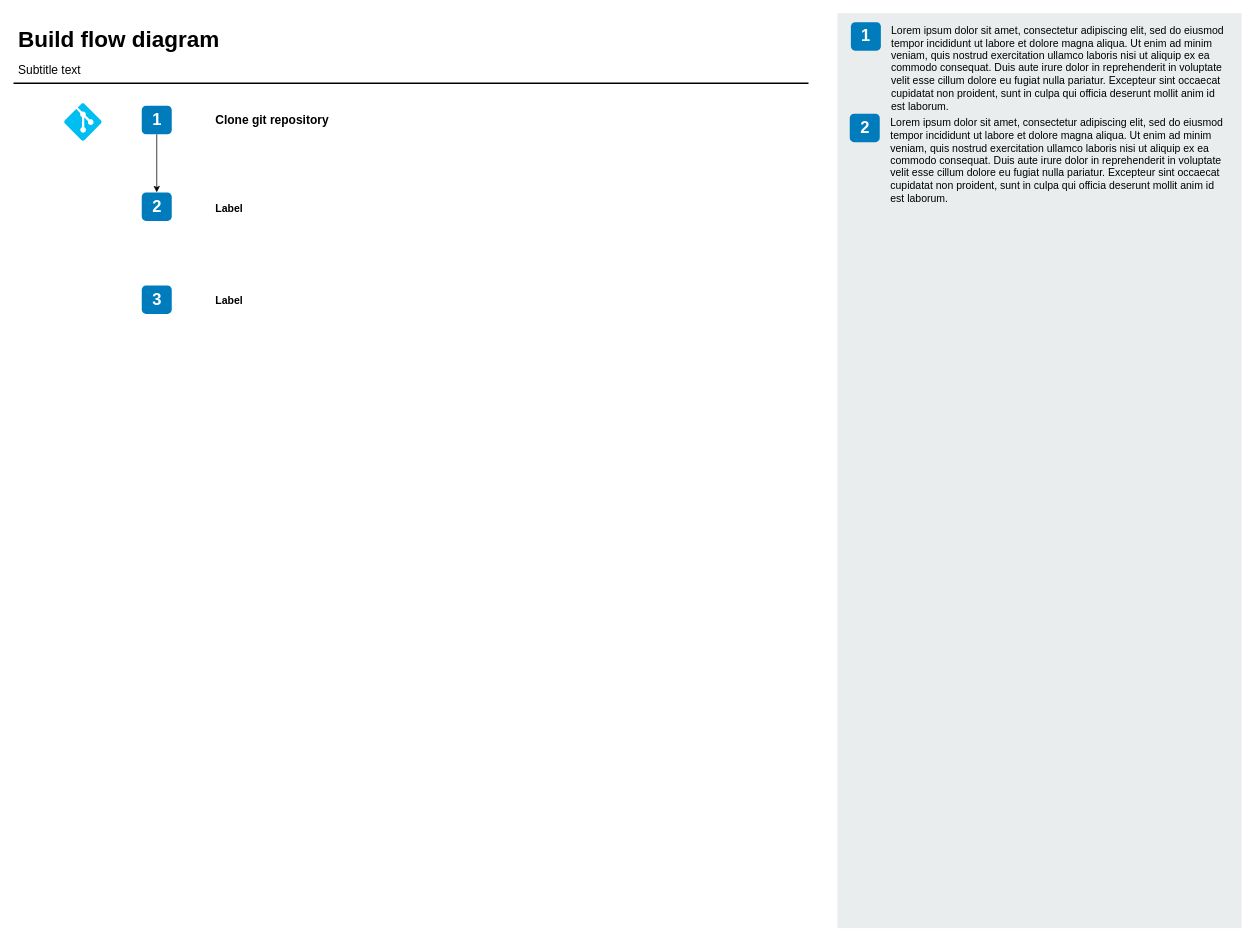
Above: page "Page-1" (1 of 2) of Диаграмма без названия.drawio in javadev/orderdatabase (draw.io), before the change. Source tidied: cells renumbered, new cells numbered last; positions are measured from the earlier drawing's top-left corner, leaving out a move shared by most shapes. Both pictures are drawn from the tidied source at 75%, with x=0, y=0 at pixel (13, 13). Pictures stored in the file or linked from it are replaced by grey dashed boxes.
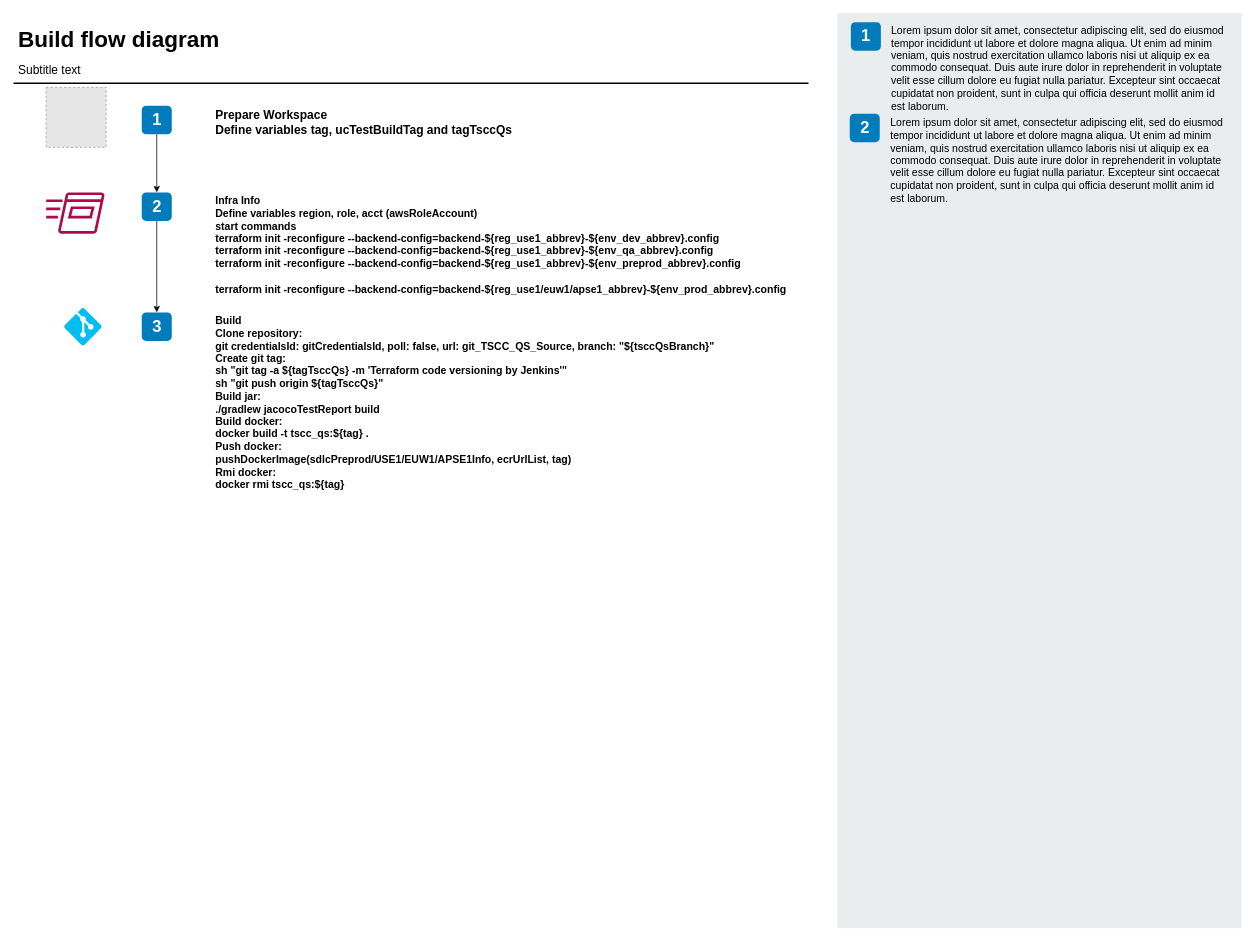
The same page after the edit.

The change refers to these unchanged cells:
```xml
<mxCell id="4" value="2" style="rounded=1;whiteSpace=wrap;html=1;fillColor=#007CBD;strokeColor=none;fontColor=#FFFFFF;fontStyle=1;fontSize=22;" parent="1" vertex="1">
  <mxGeometry x="171.5" y="239" width="40" height="38" as="geometry" />
</mxCell>
```

Diff of the diagram source:
```diff
@@
+    <mxCell id="18" style="edgeStyle=orthogonalEdgeStyle;rounded=0;jettySize=auto;html=1;entryX=0.5;entryY=0;entryDx=0;entryDy=0;" parent="1" edge="1" source="4" target="5">
+      <mxGeometry relative="1" as="geometry" />
+    </mxCell>
@@
     <mxCell id="5" value="3" style="rounded=1;whiteSpace=wrap;html=1;fillColor=#007CBD;strokeColor=none;fontColor=#FFFFFF;fontStyle=1;fontSize=22;" parent="1" vertex="1">
-      <mxGeometry x="171.5" y="363" width="40" height="38" as="geometry" />
+      <mxGeometry x="171.5" y="399" width="40" height="38" as="geometry" />
     </mxCell>
@@
-    <mxCell id="8" value="Clone git repository&lt;br&gt;" style="text;html=1;align=left;verticalAlign=top;spacingTop=-4;fontSize=16;fontStyle=1;" parent="1" vertex="1">
-      <mxGeometry x="268" y="129.5" width="170" height="30" as="geometry" />
+    <mxCell id="8" value="Prepare Workspace&lt;br&gt;Define variables&amp;nbsp;tag,&amp;nbsp;ucTestBuildTag and&amp;nbsp;tagTsccQs" style="text;html=1;align=left;verticalAlign=top;spacingTop=-4;fontSize=16;fontStyle=1;" parent="1" vertex="1">
+      <mxGeometry x="268" y="123.5" width="420" height="50" as="geometry" />
     </mxCell>
@@
-    <mxCell id="10" value="&lt;span&gt;Label&lt;/span&gt;" style="text;html=1;align=left;verticalAlign=top;spacingTop=-4;fontSize=14;fontStyle=1;" parent="1" vertex="1">
-      <mxGeometry x="268" y="249.5" width="50" height="20" as="geometry" />
+    <mxCell id="10" value="Infra Info&lt;br&gt;Define variables&amp;nbsp;region,&amp;nbsp;role,&amp;nbsp;acct (awsRoleAccount)&lt;br&gt;start commands&lt;br&gt;terraform init -reconfigure --backend-config=backend-${reg_use1_abbrev}-${env_dev_abbrev}.config&lt;br&gt;terraform init -reconfigure --backend-config=backend-${reg_use1_abbrev}-${env_qa_abbrev}.config&lt;br&gt;terraform init -reconfigure --backend-config=backend-${reg_use1_abbrev}-${env_preprod_abbrev}.config&lt;br&gt;&lt;br&gt;terraform init -reconfigure --backend-config=backend-${reg_use1/euw1/apse1_abbrev}-${env_prod_abbrev}.config" style="text;html=1;align=left;verticalAlign=top;spacingTop=-4;fontSize=14;fontStyle=1;" parent="1" vertex="1">
+      <mxGeometry x="268" y="239" width="780" height="140" as="geometry" />
     </mxCell>
@@
-    <mxCell id="16" value="&lt;span&gt;Label&lt;/span&gt;" style="text;html=1;align=left;verticalAlign=top;spacingTop=-4;fontSize=14;fontStyle=1;" parent="1" vertex="1">
-      <mxGeometry x="268" y="372" width="50" height="20" as="geometry" />
+    <mxCell id="16" value="&lt;span&gt;Build&lt;br&gt;Clone repository:&lt;br&gt;git credentialsId: gitCredentialsId, poll: false, url: git_TSCC_QS_Source, branch: &quot;${tsccQsBranch}&quot;&lt;br&gt;Create git tag:&lt;br&gt;&lt;div&gt;sh &quot;git tag -a ${tagTsccQs} -m 'Terraform code versioning by Jenkins'&quot;&lt;/div&gt;&lt;div&gt;sh &quot;git push origin ${tagTsccQs}&quot;&lt;/div&gt;&lt;div&gt;Build jar:&lt;br&gt;./gradlew jacocoTestReport build&lt;br&gt;&lt;/div&gt;&lt;div&gt;Build docker:&lt;br&gt;docker build -t tscc_qs:${tag} .&lt;br&gt;&lt;/div&gt;&lt;div&gt;Push docker:&lt;br&gt;pushDockerImage(sdlcPreprod/USE1/EUW1/APSE1Info, ecrUrlList, tag)&lt;br&gt;&lt;/div&gt;&lt;div&gt;Rmi docker:&lt;/div&gt;&lt;div&gt;docker rmi tscc_qs:${tag}&lt;br&gt;&lt;/div&gt;&lt;/span&gt;" style="text;html=1;align=left;verticalAlign=top;spacingTop=-4;fontSize=14;fontStyle=1;" parent="1" vertex="1">
+      <mxGeometry x="268" y="399" width="690" height="240" as="geometry" />
     </mxCell>
     <mxCell id="17" style="verticalLabelPosition=bottom;html=1;verticalAlign=top;align=center;strokeColor=none;fillColor=#00BEF2;shape=mxgraph.azure.git_repository;" parent="1" vertex="1">
-      <mxGeometry x="68" y="120" width="50" height="50" as="geometry" />
+      <mxGeometry x="68" y="393" width="50" height="50" as="geometry" />
     </mxCell>
+    <mxCell id="19" style="fillColor=#E6E6E6;strokeColor=#999999;dashed=1;html=1;verticalAlign=top;verticalLabelPosition=bottom;labelBackgroundColor=#ffffff;" parent="1" vertex="1">
+      <mxGeometry x="44" y="99" width="80" height="80" as="geometry" />
+    </mxCell>
+    <mxCell id="20" style="sketch=0;fontColor=#232F3E;gradientColor=none;fillColor=#B0084D;strokeColor=none;dashed=0;verticalLabelPosition=bottom;verticalAlign=top;align=center;html=1;fontSize=12;fontStyle=0;shape=mxgraph.aws4.run_command;" parent="1" vertex="1">
+      <mxGeometry x="44" y="239" width="78" height="55" as="geometry" />
+    </mxCell>
```
